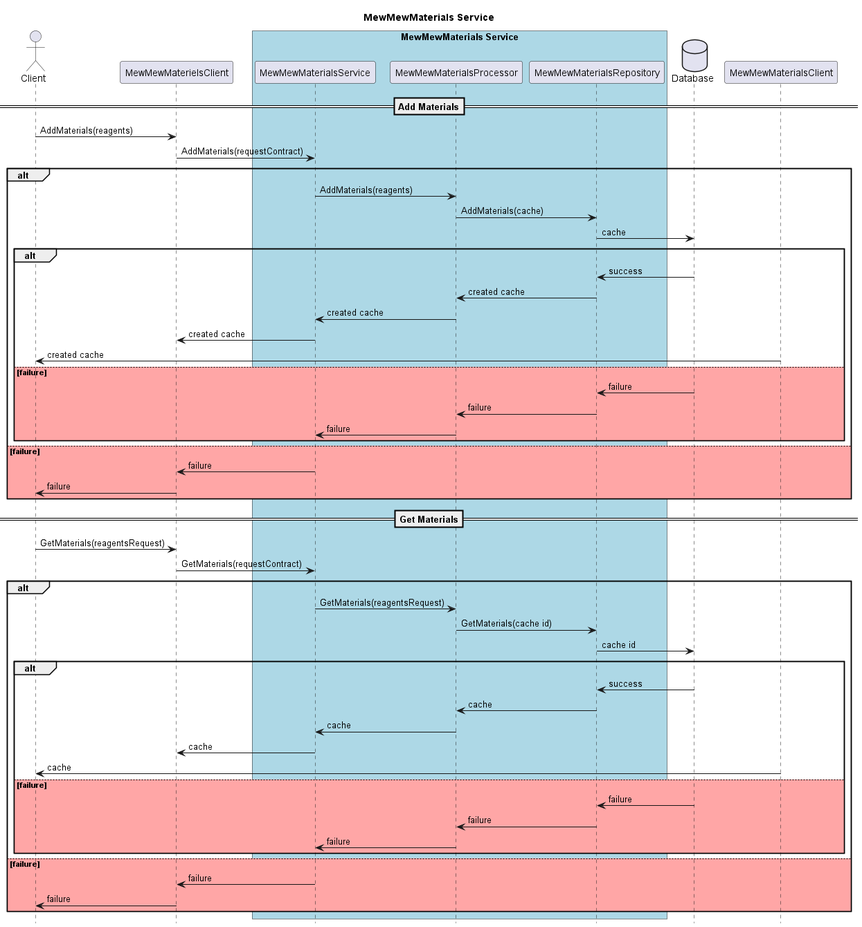
This is docs/design/materials/service-design/mew-mew-materials-sequence.png from AmberFalbo/cat-coven, a PlantUML export, as it was before one commit. The source it was exported from:
```plantuml
@startuml mew-mew-materials-sequence

hide footbox
Title MewMewMaterials Service

actor Client

participant MewMewMaterielsClient
box "MewMewMaterials Service" #LightBlue
    participant MewMewMaterialsService
    participant MewMewMaterialsProcessor
    participant MewMewMaterialsRepository
end box
database Database

==Add Materials==

Client -> MewMewMaterielsClient : AddMaterials(reagents)
MewMewMaterielsClient -> MewMewMaterialsService : AddMaterials(requestContract)
alt
    MewMewMaterialsService -> MewMewMaterialsProcessor : AddMaterials(reagents)
    MewMewMaterialsProcessor -> MewMewMaterialsRepository : AddMaterials(cache)
    MewMewMaterialsRepository -> Database : cache
    alt
        Database -> MewMewMaterialsRepository : success
        MewMewMaterialsRepository -> MewMewMaterialsProcessor : created cache
        MewMewMaterialsProcessor -> MewMewMaterialsService : created cache
        MewMewMaterialsService -> MewMewMaterielsClient : created cache
        MewMewMaterialsClient -> Client : created cache
    else #FFA6A6 failure
        Database -> MewMewMaterialsRepository : failure
        MewMewMaterialsRepository -> MewMewMaterialsProcessor : failure
        MewMewMaterialsProcessor -> MewMewMaterialsService : failure
    end
else #FFA6A6 failure
    MewMewMaterialsService -> MewMewMaterielsClient : failure
    MewMewMaterielsClient -> Client : failure
end

==Get Materials==

Client -> MewMewMaterielsClient : GetMaterials(reagentsRequest)
MewMewMaterielsClient -> MewMewMaterialsService : GetMaterials(requestContract)
alt
    MewMewMaterialsService -> MewMewMaterialsProcessor : GetMaterials(reagentsRequest)
    MewMewMaterialsProcessor -> MewMewMaterialsRepository : GetMaterials(cache id)
    MewMewMaterialsRepository -> Database : cache id
    alt
        Database -> MewMewMaterialsRepository : success
        MewMewMaterialsRepository -> MewMewMaterialsProcessor : cache
        MewMewMaterialsProcessor -> MewMewMaterialsService : cache
        MewMewMaterialsService -> MewMewMaterielsClient : cache
        MewMewMaterialsClient -> Client : cache
    else #FFA6A6 failure
        Database -> MewMewMaterialsRepository : failure
        MewMewMaterialsRepository -> MewMewMaterialsProcessor : failure
        MewMewMaterialsProcessor -> MewMewMaterialsService : failure
    end
else #FFA6A6 failure
    MewMewMaterialsService -> MewMewMaterielsClient : failure
    MewMewMaterielsClient -> Client : failure
end

@enduml
```
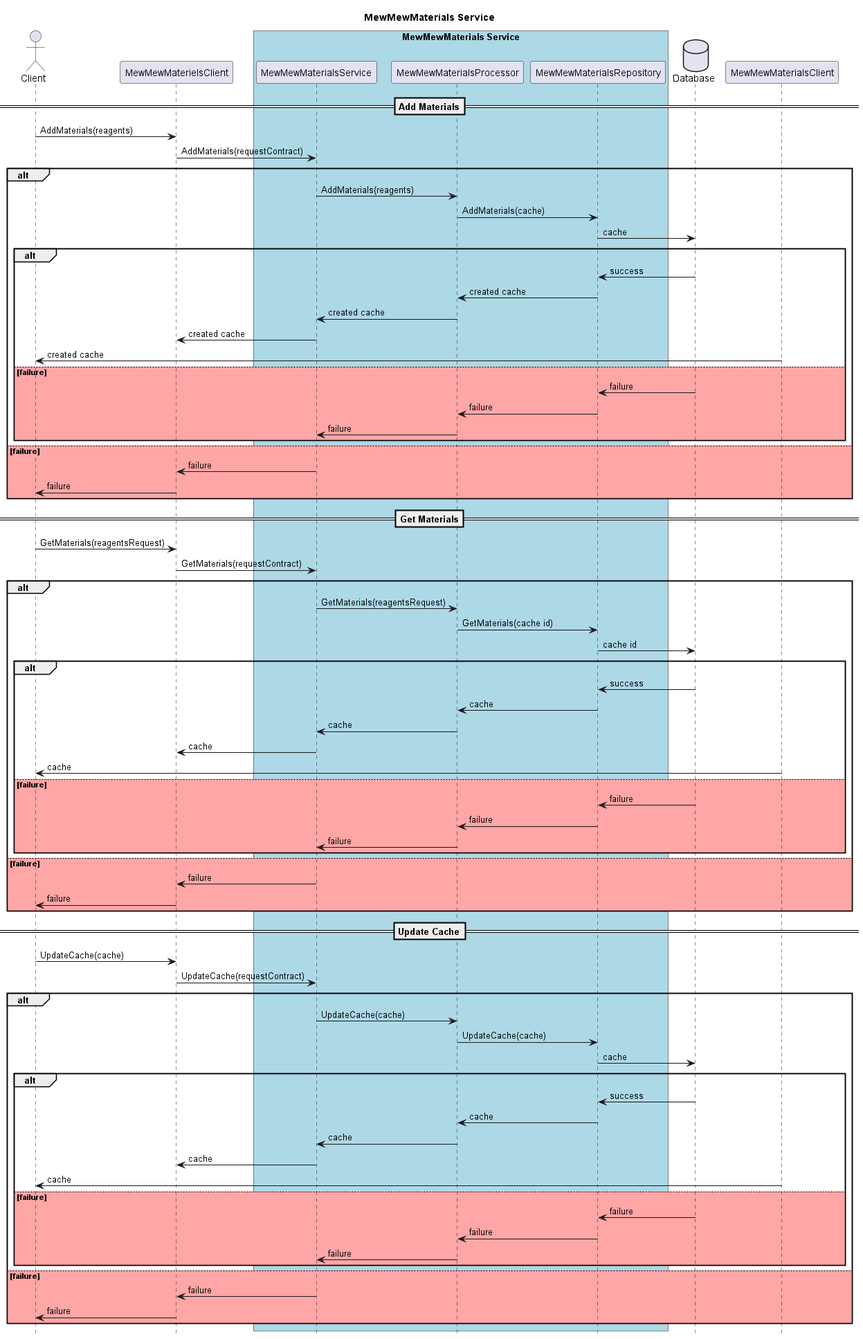
The same file after the commit.

Commit message:
added update path to sequence

The edit, as a diff of the source:
```diff
@@ -61,4 +61,28 @@
     MewMewMaterielsClient -> Client : failure
 end
 
+==Update Cache==
+
+Client -> MewMewMaterielsClient : UpdateCache(cache)
+MewMewMaterielsClient -> MewMewMaterialsService : UpdateCache(requestContract)
+alt
+    MewMewMaterialsService -> MewMewMaterialsProcessor : UpdateCache(cache)
+    MewMewMaterialsProcessor -> MewMewMaterialsRepository : UpdateCache(cache)
+    MewMewMaterialsRepository -> Database : cache
+    alt
+        Database -> MewMewMaterialsRepository : success
+        MewMewMaterialsRepository -> MewMewMaterialsProcessor : cache
+        MewMewMaterialsProcessor -> MewMewMaterialsService : cache
+        MewMewMaterialsService -> MewMewMaterielsClient : cache
+        MewMewMaterialsClient -> Client : cache
+    else #FFA6A6 failure
+        Database -> MewMewMaterialsRepository : failure
+        MewMewMaterialsRepository -> MewMewMaterialsProcessor : failure
+        MewMewMaterialsProcessor -> MewMewMaterialsService : failure
+    end
+else #FFA6A6 failure
+    MewMewMaterialsService -> MewMewMaterielsClient : failure
+    MewMewMaterielsClient -> Client : failure
+end
+
 @enduml
```
